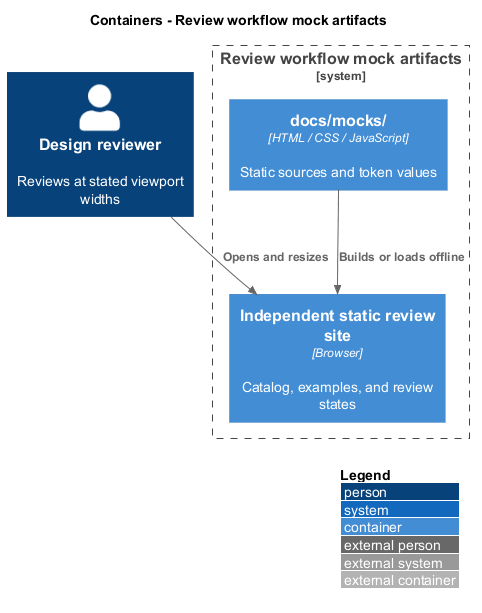
The PlantUML diagram docs/detailed-designs/artifacts/review-workflow-mocks/diagrams/c4-container.png in QuinntyneBrown/mission-control, before a commit.
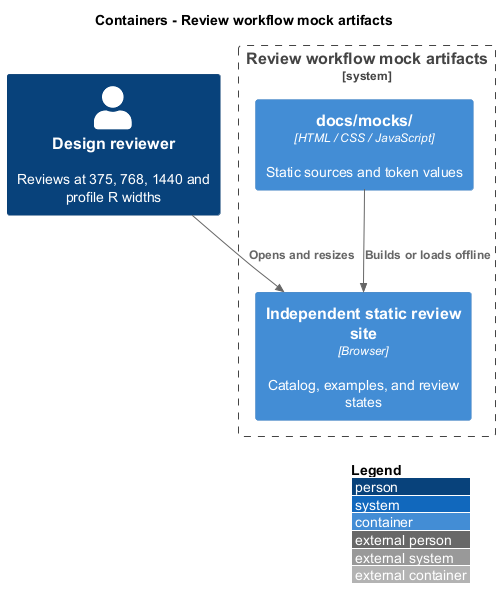
After the commit.

What changed in the source:
```diff
@@ -2,7 +2,7 @@
 !include <C4/C4_Container>
 LAYOUT_WITH_LEGEND()
 title Containers - Review workflow mock artifacts
-Person(reviewer, "Design reviewer", "Reviews at stated viewport widths")
+Person(reviewer, "Design reviewer", "Reviews at 375, 768, 1440 and profile R widths")
 System_Boundary(artifact, "Review workflow mock artifacts") {
   Container(source, "docs/mocks/", "HTML / CSS / JavaScript", "Static sources and token values")
   Container(site, "Independent static review site", "Browser", "Catalog, examples, and review states")
```
